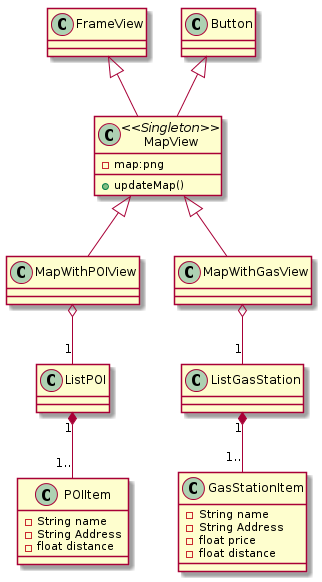
The PlantUML diagram Entwurf/diagrams/MapView.png in uzdry/PSE, before a commit.
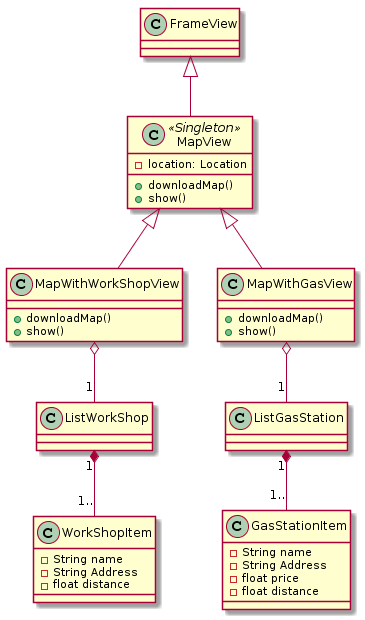
Later version of the same file.

Commit message:
updated mapview and button

Change to the diagram source:
```diff
@@ -1,18 +1,27 @@
 @startuml
+Class MapView <<Singleton>> {
+-location: Location
++downloadMap()
++show()
+}
 
-Class MapView <<Singleton>> {
--map:png
-+updateMap()
+Class MapWithWorkShopView{
++downloadMap()
++show()
+}
+
+Class MapWithGasView{
++downloadMap()
++show()
 }
 
 FrameView <|-down- MapView
-Button <|-down- MapView
 
-MapView <|-down- MapWithPOIView
+MapView <|-down- MapWithWorkShopView
 MapView <|-down- MapWithGasView
 
 MapWithGasView o--"1" ListGasStation
-MapWithPOIView o--"1" ListPOI
+MapWithWorkShopView o--"1" ListWorkShop
 
 Class GasStationItem{
 -String name
@@ -21,13 +30,12 @@
 -float distance
 }
 
-Class POIItem {
+Class WorkShopItem {
 -String name
 -String Address
 -float distance
 }
 
-ListPOI "1"*-down-"1.." POIItem
+ListWorkShop "1"*-down-"1.." WorkShopItem
 ListGasStation "1"*-down-"1.." GasStationItem
-
 @enduml
```
